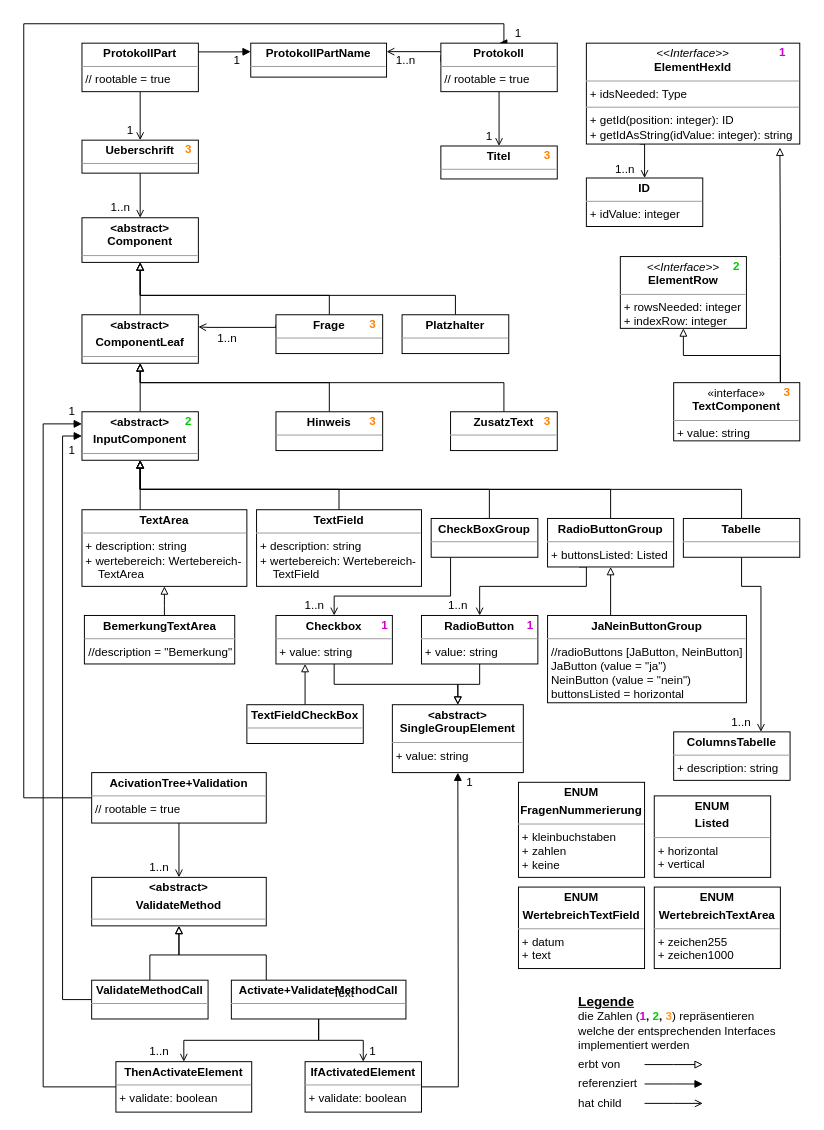
SallyThePatternPig/Diagrams keeps this draw.io diagram as modell-DSL-for-developer.drawio. Above is the earlier version. Source tidied: cells renumbered, new cells numbered last; positions are measured from the earlier drawing's top-left corner, leaving out a move shared by most shapes. Both pictures are drawn from the tidied source at 97%, with x=0, y=0 at pixel (23, 23).
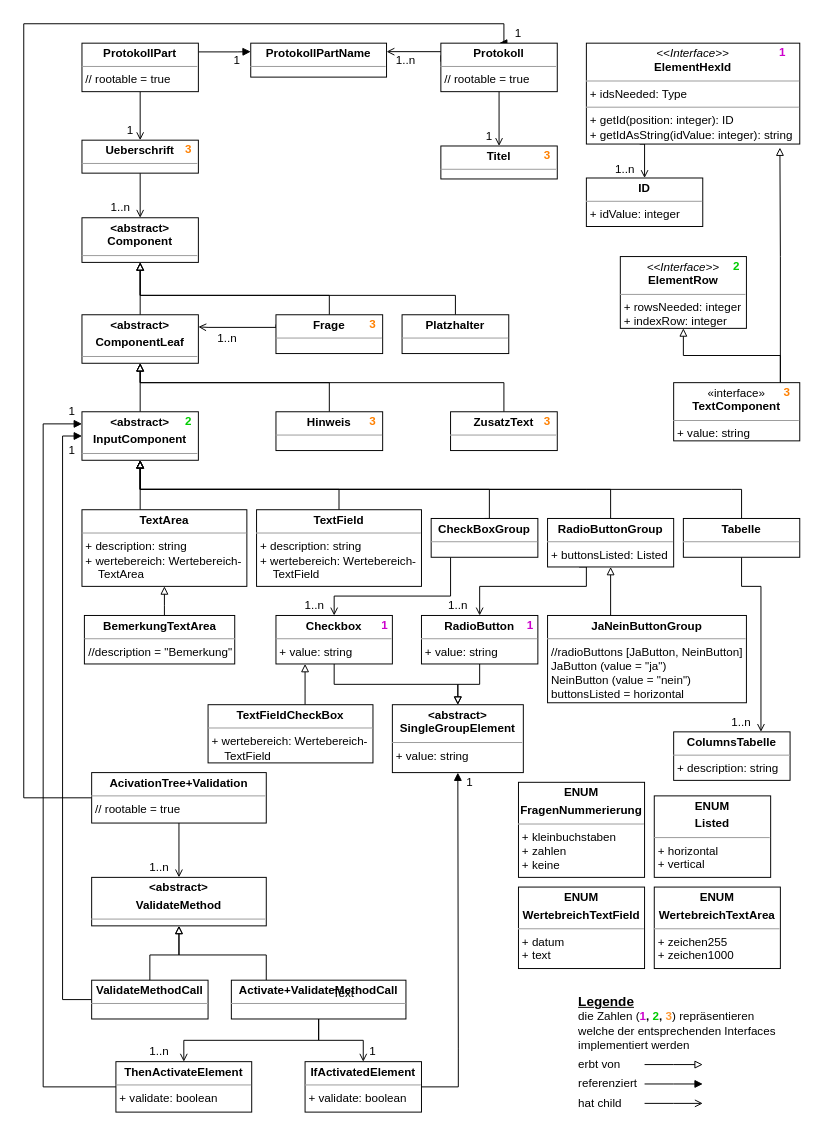
The same page after the edit.

The change refers to these unchanged cells:
```xml
<mxCell id="57" value="&lt;p style=&quot;margin: 0px ; margin-top: 4px ; text-align: center&quot;&gt;&lt;b&gt;Checkbox&lt;/b&gt;&lt;/p&gt;&lt;hr size=&quot;1&quot;&gt;&lt;p style=&quot;margin: 0px ; margin-left: 4px&quot;&gt;+ value: string&lt;/p&gt;" style="verticalAlign=top;align=left;overflow=fill;fontSize=12;fontFamily=Helvetica;html=1;" parent="1" vertex="1">
  <mxGeometry x="260" y="610" width="120" height="50" as="geometry" />
</mxCell>
```

What changed in the source:
```diff
@@
     <mxCell id="61" style="edgeStyle=orthogonalEdgeStyle;rounded=0;jettySize=auto;html=1;entryX=0.25;entryY=1;entryDx=0;entryDy=0;endArrow=block;endFill=0;" parent="1" edge="1" source="62" target="57">
-      <mxGeometry relative="1" as="geometry" />
+      <mxGeometry relative="1" as="geometry">
+        <Array as="points">
+          <mxPoint x="290" y="690" />
+          <mxPoint x="290" y="690" />
+        </Array>
+      </mxGeometry>
     </mxCell>
-    <mxCell id="62" value="&lt;p style=&quot;margin: 0px ; margin-top: 4px ; text-align: center&quot;&gt;&lt;b&gt;TextFieldCheckBox&lt;/b&gt;&lt;/p&gt;&lt;hr size=&quot;1&quot;&gt;&lt;p style=&quot;margin: 0px ; margin-left: 4px&quot;&gt;&lt;br&gt;&lt;/p&gt;" style="verticalAlign=top;align=left;overflow=fill;fontSize=12;fontFamily=Helvetica;html=1;" parent="1" vertex="1">
-      <mxGeometry x="230" y="702" width="120" height="40" as="geometry" />
+    <mxCell id="62" value="&lt;p style=&quot;margin: 0px ; margin-top: 4px ; text-align: center&quot;&gt;&lt;b&gt;TextFieldCheckBox&lt;/b&gt;&lt;/p&gt;&lt;hr size=&quot;1&quot;&gt;&lt;p style=&quot;margin: 0px ; margin-left: 4px&quot;&gt;+ wertebereich: Wertebereich-&lt;br&gt;&lt;span style=&quot;white-space: pre&quot;&gt; &lt;/span&gt;&lt;span style=&quot;white-space: pre&quot;&gt; &lt;/span&gt;&lt;span style=&quot;white-space: pre&quot;&gt; &lt;/span&gt;&lt;span style=&quot;white-space: pre&quot;&gt; &lt;/span&gt;TextField&lt;br&gt;&lt;/p&gt;" style="verticalAlign=top;align=left;overflow=fill;fontSize=12;fontFamily=Helvetica;html=1;" parent="1" vertex="1">
+      <mxGeometry x="190" y="702" width="170" height="60" as="geometry" />
     </mxCell>
```
